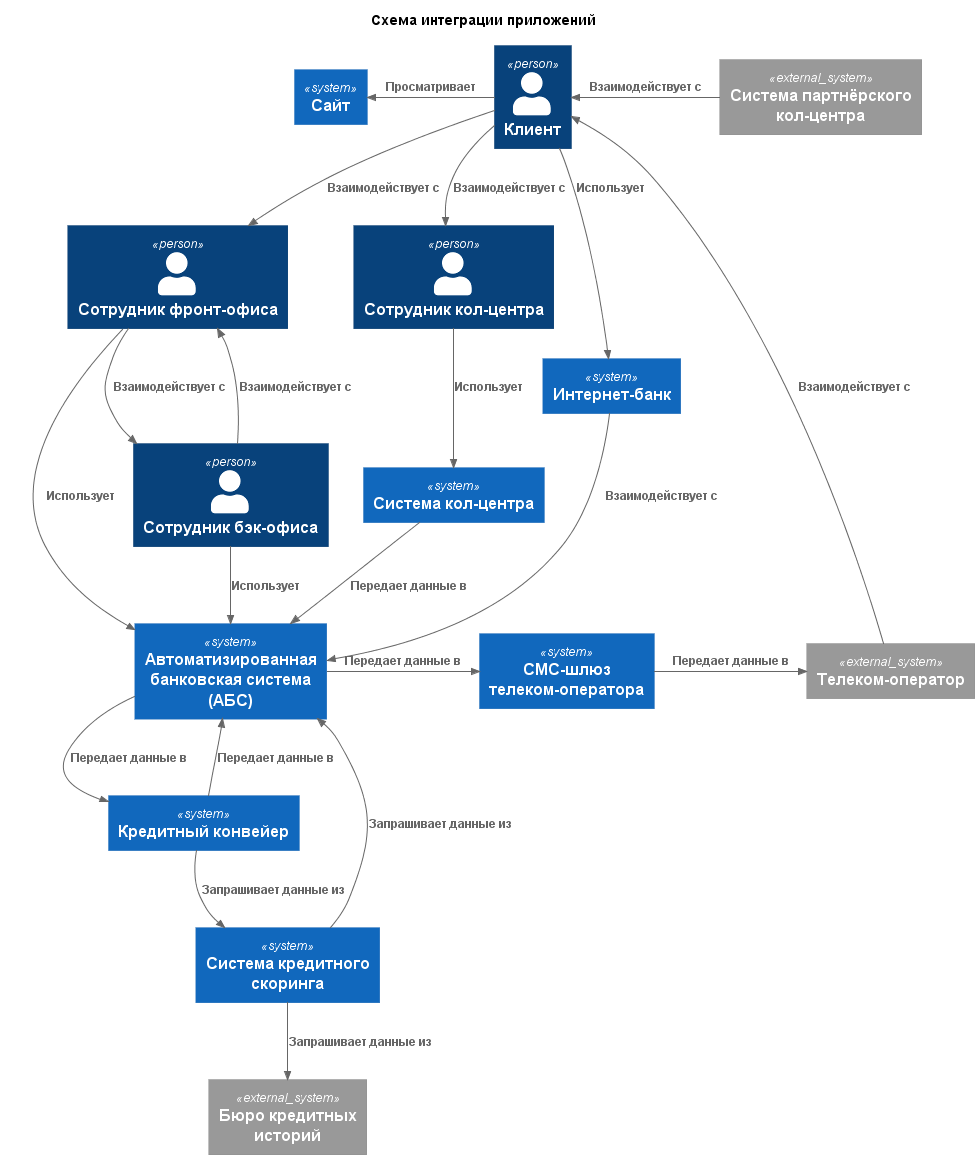
Earlier version of the PlantUML export Task1/IntegrationSchema.png (vsevolod-nikitin/yandex-practicum-architecture-pro-standart).
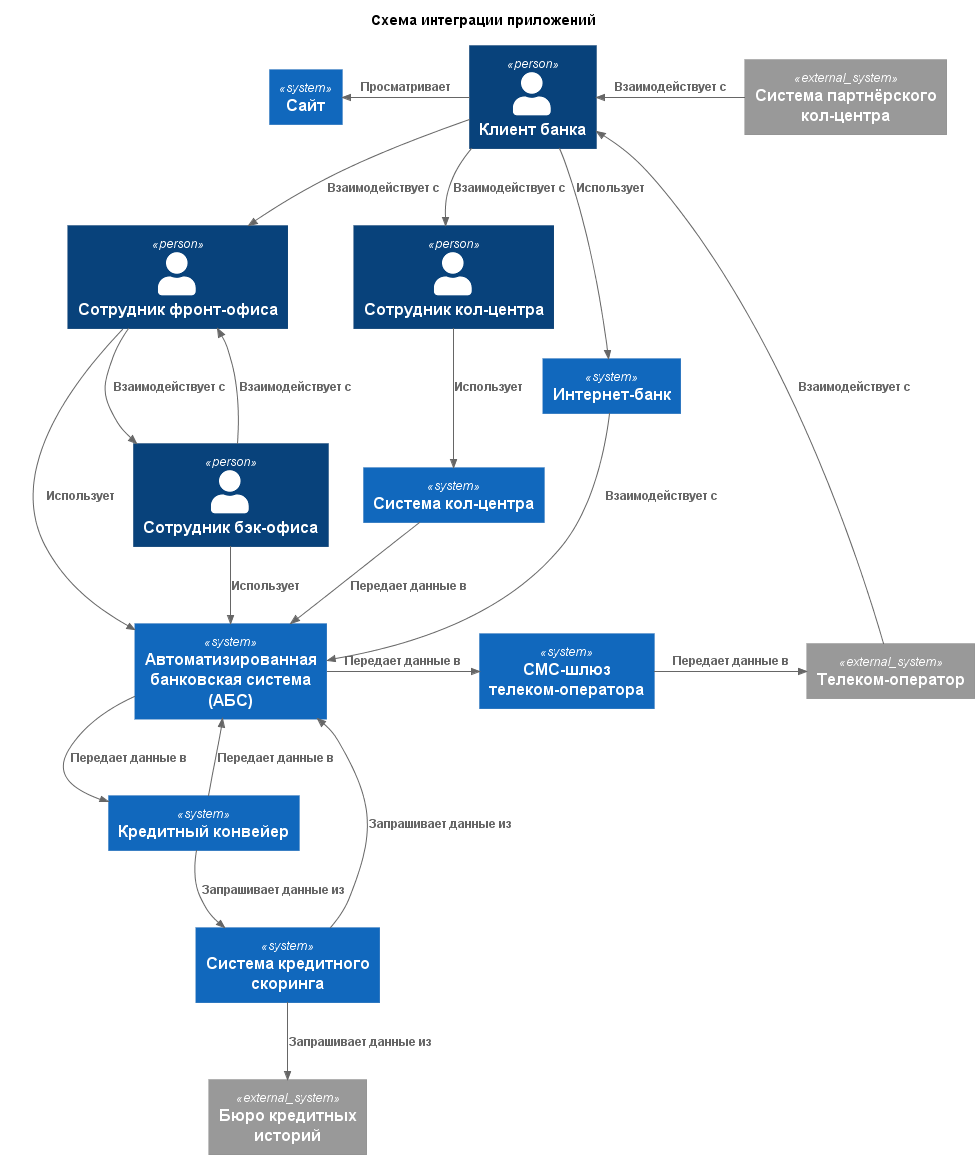
After the change.

Commit message:
Обновление схем

What changed in the source:
```diff
@@ -3,7 +3,7 @@
 
 title Схема интеграции приложений
 
-Person(client, "Клиент")
+Person(client, "Клиент банка")
 Person(frontEmployee, "Сотрудник фронт-офиса")
 Person(backEmployee, "Сотрудник бэк-офиса")
 Person(callerEmployee, "Сотрудник кол-центра")
```
